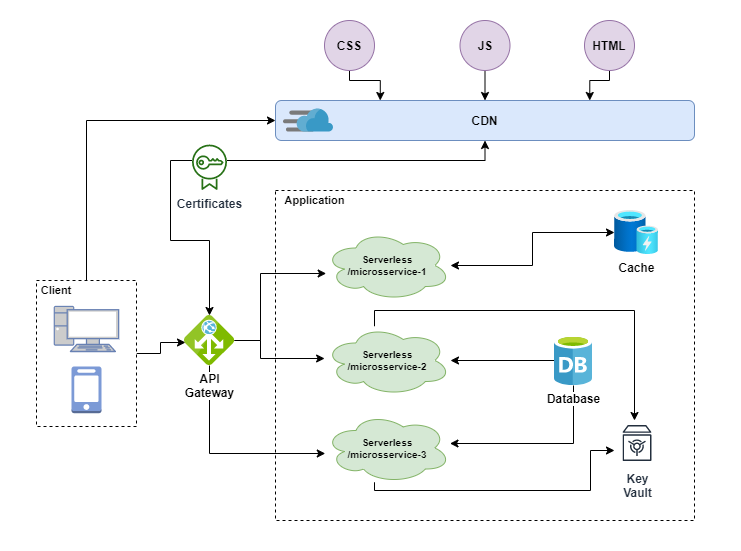
The draw.io diagram imgs/(draft)ServerlessMultiTier.png in mrabello23/desenho-solucao, before a commit. Source tidied: cells renumbered, new cells last; positions are measured from the earlier drawing's top-left corner, leaving out a move shared by most shapes. Its diagram source:
```xml
<mxGraphModel>
  <root>
    <mxCell id="0" />
    <mxCell id="1" parent="0" />
    <mxCell id="2" style="rounded=0;whiteSpace=wrap;html=1;dashed=1;fontSize=10;fillColor=#ffffff;strokeColor=none;" parent="1" vertex="1">
      <mxGeometry width="740" height="550" as="geometry" />
    </mxCell>
    <mxCell id="3" style="edgeStyle=orthogonalEdgeStyle;rounded=0;jettySize=auto;html=1;entryX=0.02;entryY=0.54;entryDx=0;entryDy=0;entryPerimeter=0;fontSize=10;startArrow=none;startFill=0;" parent="1" edge="1" source="35" target="19">
      <mxGeometry relative="1" as="geometry" />
    </mxCell>
    <mxCell id="4" style="edgeStyle=orthogonalEdgeStyle;rounded=0;jettySize=auto;html=1;fontSize=10;startArrow=none;startFill=0;" parent="1" edge="1" source="33" target="19">
      <mxGeometry relative="1" as="geometry">
        <Array as="points">
          <mxPoint x="170" y="160" />
          <mxPoint x="170" y="240" />
          <mxPoint x="209" y="240" />
        </Array>
      </mxGeometry>
    </mxCell>
    <mxCell id="5" style="rounded=0;whiteSpace=wrap;html=1;dashed=1;" parent="1" vertex="1">
      <mxGeometry x="275" y="190" width="419" height="330" as="geometry" />
    </mxCell>
    <mxCell id="6" value="Application" style="text;html=1;strokeColor=none;fillColor=none;align=center;verticalAlign=middle;whiteSpace=wrap;rounded=0;dashed=1;fontStyle=1;fontSize=11;" parent="1" vertex="1">
      <mxGeometry x="275" y="190" width="79" height="20" as="geometry" />
    </mxCell>
    <mxCell id="7" style="edgeStyle=orthogonalEdgeStyle;rounded=0;jumpStyle=arc;jettySize=auto;html=1;entryX=0.25;entryY=0;entryDx=0;entryDy=0;fontSize=11;" parent="1" edge="1" source="8" target="14">
      <mxGeometry relative="1" as="geometry">
        <Array as="points">
          <mxPoint x="349" y="80" />
          <mxPoint x="380" y="80" />
        </Array>
      </mxGeometry>
    </mxCell>
    <mxCell id="8" value="CSS" style="ellipse;whiteSpace=wrap;html=1;fontSize=12;fillColor=#e1d5e7;strokeColor=#9673a6;fontStyle=1;" parent="1" vertex="1">
      <mxGeometry x="324" y="20" width="50" height="50" as="geometry" />
    </mxCell>
    <mxCell id="9" style="edgeStyle=orthogonalEdgeStyle;rounded=0;jumpStyle=arc;jettySize=auto;html=1;fontSize=11;" parent="1" edge="1" source="10" target="14">
      <mxGeometry relative="1" as="geometry">
        <Array as="points">
          <mxPoint x="485" y="60" />
          <mxPoint x="485" y="60" />
        </Array>
      </mxGeometry>
    </mxCell>
    <mxCell id="10" value="JS" style="ellipse;whiteSpace=wrap;html=1;fontSize=12;fillColor=#e1d5e7;strokeColor=#9673a6;fontStyle=1;" parent="1" vertex="1">
      <mxGeometry x="459.5" y="20" width="50" height="50" as="geometry" />
    </mxCell>
    <mxCell id="11" style="edgeStyle=orthogonalEdgeStyle;rounded=0;jumpStyle=arc;jettySize=auto;html=1;entryX=0.75;entryY=0;entryDx=0;entryDy=0;fontSize=11;" parent="1" edge="1" source="12" target="14">
      <mxGeometry relative="1" as="geometry">
        <Array as="points">
          <mxPoint x="609" y="80" />
          <mxPoint x="589" y="80" />
        </Array>
      </mxGeometry>
    </mxCell>
    <mxCell id="12" value="HTML" style="ellipse;whiteSpace=wrap;html=1;fontSize=12;fillColor=#e1d5e7;strokeColor=#9673a6;fontStyle=1;" parent="1" vertex="1">
      <mxGeometry x="584" y="20" width="50" height="50" as="geometry" />
    </mxCell>
    <mxCell id="13" style="group;" parent="1" vertex="1">
      <mxGeometry x="275" y="100" width="419" height="40" as="geometry" />
    </mxCell>
    <mxCell id="14" value="CDN" style="rounded=1;whiteSpace=wrap;html=1;fontSize=12;fillColor=#dae8fc;strokeColor=#6c8ebf;fontStyle=1;" parent="13" vertex="1">
      <mxGeometry width="419" height="40" as="geometry" />
    </mxCell>
    <mxCell id="15" style="html=1;align=center;image;fontSize=12;image=img/lib/mscae/Content_Delivery_Network.svg;fillColor=none;" parent="13" vertex="1">
      <mxGeometry x="8" y="8.5" width="50" height="23" as="geometry" />
    </mxCell>
    <mxCell id="16" style="edgeStyle=orthogonalEdgeStyle;rounded=0;jettySize=auto;html=1;" parent="1" edge="1" source="19" target="21">
      <mxGeometry relative="1" as="geometry">
        <Array as="points">
          <mxPoint x="260" y="340" />
          <mxPoint x="260" y="273" />
        </Array>
      </mxGeometry>
    </mxCell>
    <mxCell id="17" style="edgeStyle=orthogonalEdgeStyle;rounded=0;jettySize=auto;html=1;" parent="1" edge="1" source="19" target="24">
      <mxGeometry relative="1" as="geometry">
        <Array as="points">
          <mxPoint x="260" y="340" />
          <mxPoint x="260" y="358" />
        </Array>
      </mxGeometry>
    </mxCell>
    <mxCell id="18" style="edgeStyle=orthogonalEdgeStyle;rounded=0;jettySize=auto;html=1;" parent="1" edge="1" source="19" target="27">
      <mxGeometry relative="1" as="geometry">
        <Array as="points">
          <mxPoint x="209" y="453" />
        </Array>
      </mxGeometry>
    </mxCell>
    <mxCell id="19" value="API&lt;br&gt;Gateway" style="html=1;points=[];align=center;image;fontSize=12;image=img/lib/mscae/Application_Gateway.svg;fontStyle=1;" parent="1" vertex="1">
      <mxGeometry x="184" y="315" width="50" height="50" as="geometry" />
    </mxCell>
    <mxCell id="20" style="edgeStyle=orthogonalEdgeStyle;rounded=0;jettySize=auto;html=1;startArrow=classic;startFill=1;" parent="1" edge="1" source="21" target="29">
      <mxGeometry relative="1" as="geometry" />
    </mxCell>
    <mxCell id="21" value="Serverless&lt;br style=&quot;font-size: 10px&quot;&gt;/microsservice-1" style="ellipse;shape=cloud;whiteSpace=wrap;html=1;fillColor=#d5e8d4;fontSize=10;fontStyle=1;strokeColor=#82b366;" parent="1" vertex="1">
      <mxGeometry x="324" y="230" width="126" height="70" as="geometry" />
    </mxCell>
    <mxCell id="22" style="edgeStyle=orthogonalEdgeStyle;rounded=0;jettySize=auto;html=1;" parent="1" edge="1" source="28" target="24">
      <mxGeometry relative="1" as="geometry" />
    </mxCell>
    <mxCell id="23" style="edgeStyle=orthogonalEdgeStyle;rounded=0;jettySize=auto;html=1;" parent="1" edge="1" source="24" target="30">
      <mxGeometry relative="1" as="geometry">
        <Array as="points">
          <mxPoint x="374" y="310" />
          <mxPoint x="634" y="310" />
        </Array>
      </mxGeometry>
    </mxCell>
    <mxCell id="24" value="Serverless&lt;br style=&quot;font-size: 10px&quot;&gt;/microsservice-2" style="ellipse;shape=cloud;whiteSpace=wrap;html=1;fillColor=#d5e8d4;strokeColor=#82b366;fontStyle=1;fontSize=10;" parent="1" vertex="1">
      <mxGeometry x="324" y="325" width="126" height="70" as="geometry" />
    </mxCell>
    <mxCell id="25" style="edgeStyle=orthogonalEdgeStyle;rounded=0;jettySize=auto;html=1;" parent="1" edge="1" source="28" target="27">
      <mxGeometry relative="1" as="geometry">
        <Array as="points">
          <mxPoint x="573" y="443" />
        </Array>
      </mxGeometry>
    </mxCell>
    <mxCell id="26" style="edgeStyle=orthogonalEdgeStyle;rounded=0;jettySize=auto;html=1;" parent="1" edge="1" source="27" target="30">
      <mxGeometry relative="1" as="geometry">
        <Array as="points">
          <mxPoint x="374" y="490" />
          <mxPoint x="590" y="490" />
          <mxPoint x="590" y="450" />
        </Array>
      </mxGeometry>
    </mxCell>
    <mxCell id="27" value="Serverless&lt;br style=&quot;font-size: 10px&quot;&gt;/microsservice-3" style="ellipse;shape=cloud;whiteSpace=wrap;html=1;fillColor=#d5e8d4;strokeColor=#82b366;fontSize=10;fontStyle=1;" parent="1" vertex="1">
      <mxGeometry x="324" y="412.5" width="126" height="70" as="geometry" />
    </mxCell>
    <mxCell id="28" value="Database" style="html=1;points=[];align=center;image;fontSize=12;image=img/lib/mscae/Database_General.svg;fillColor=none;fontStyle=1;" parent="1" vertex="1">
      <mxGeometry x="554" y="335" width="38" height="50" as="geometry" />
    </mxCell>
    <mxCell id="29" value="Cache" style="html=1;points=[];align=center;image;fontSize=12;image=img/lib/azure2/general/Cache.svg;fillColor=none;fontStyle=1;" parent="1" vertex="1">
      <mxGeometry x="614" y="210" width="44" height="44" as="geometry" />
    </mxCell>
    <mxCell id="30" value="Key&lt;br&gt;Vault" style="outlineConnect=0;fontColor=#232F3E;gradientColor=none;strokeColor=#232F3E;fillColor=#ffffff;dashed=0;verticalLabelPosition=bottom;verticalAlign=top;align=center;html=1;fontSize=12;fontStyle=1;shape=mxgraph.aws4.resourceIcon;resIcon=mxgraph.aws4.vault;" parent="1" vertex="1">
      <mxGeometry x="614" y="420" width="45" height="45" as="geometry" />
    </mxCell>
    <mxCell id="31" style="edgeStyle=orthogonalEdgeStyle;rounded=0;jettySize=auto;html=1;fontSize=10;startArrow=none;startFill=0;exitX=0.5;exitY=0;exitDx=0;exitDy=0;entryX=0;entryY=0.5;entryDx=0;entryDy=0;" parent="1" edge="1" source="35" target="14">
      <mxGeometry relative="1" as="geometry">
        <Array as="points">
          <mxPoint x="86" y="120" />
        </Array>
      </mxGeometry>
    </mxCell>
    <mxCell id="32" style="edgeStyle=orthogonalEdgeStyle;rounded=0;jettySize=auto;html=1;entryX=0.5;entryY=1;entryDx=0;entryDy=0;fontSize=10;startArrow=none;startFill=0;" parent="1" edge="1" source="33" target="14">
      <mxGeometry relative="1" as="geometry">
        <Array as="points">
          <mxPoint x="485" y="160" />
        </Array>
      </mxGeometry>
    </mxCell>
    <mxCell id="33" value="Certificates" style="outlineConnect=0;fontColor=#232F3E;gradientColor=none;fillColor=#277116;strokeColor=none;dashed=0;verticalLabelPosition=bottom;verticalAlign=top;align=center;html=1;fontSize=12;fontStyle=1;shape=mxgraph.aws4.certificate_manager;" parent="1" vertex="1">
      <mxGeometry x="191.5" y="143.7" width="35" height="46.3" as="geometry" />
    </mxCell>
    <mxCell id="34" style="group;fillColor=#ffffff;" parent="1" vertex="1">
      <mxGeometry x="36" y="280" width="100" height="146" as="geometry" />
    </mxCell>
    <mxCell id="35" style="rounded=0;whiteSpace=wrap;html=1;fontSize=10;strokeColor=#000000;fillColor=none;dashed=1;" parent="34" vertex="1">
      <mxGeometry width="100" height="146" as="geometry" />
    </mxCell>
    <mxCell id="36" style="dashed=0;verticalLabelPosition=bottom;verticalAlign=top;align=center;html=1;shape=mxgraph.aws3.mobile_client;gradientColor=none;strokeColor=#6881B3;fillColor=#7C9AD6;" parent="34" vertex="1">
      <mxGeometry x="35" y="86" width="30" height="46.7" as="geometry" />
    </mxCell>
    <mxCell id="37" style="fontColor=#0066CC;verticalAlign=top;verticalLabelPosition=bottom;labelPosition=center;align=center;html=1;fillColor=#CCCCCC;strokeColor=#6881B3;gradientColor=none;gradientDirection=north;strokeWidth=2;shape=mxgraph.networks.pc;" parent="34" vertex="1">
      <mxGeometry x="17.8" y="26" width="64.3" height="45" as="geometry" />
    </mxCell>
    <mxCell id="38" value="Client" style="text;html=1;strokeColor=none;fillColor=none;align=center;verticalAlign=middle;whiteSpace=wrap;rounded=0;dashed=1;fontStyle=1;fontSize=11;" parent="34" vertex="1">
      <mxGeometry width="40" height="20" as="geometry" />
    </mxCell>
  </root>
</mxGraphModel>
```
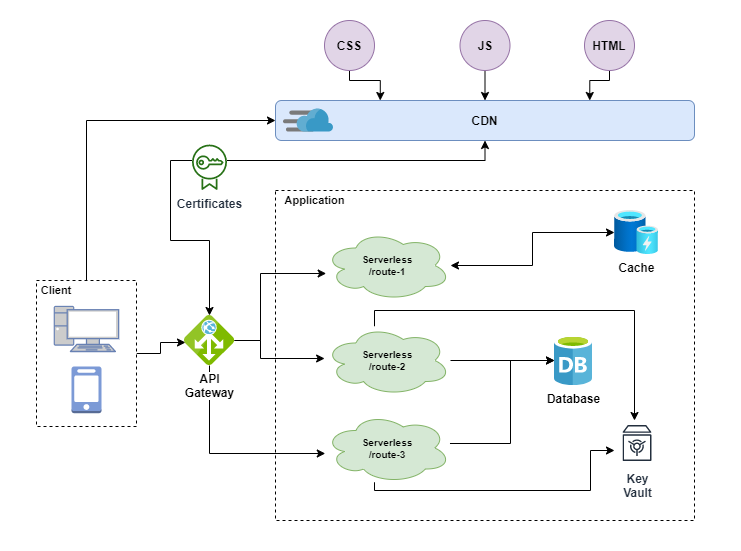
The same diagram one commit later.

Commit message:
serverless multi-tier adjust

What changed in the source:
```diff
@@ -94,10 +94,10 @@
     <mxCell id="20" style="edgeStyle=orthogonalEdgeStyle;rounded=0;jettySize=auto;html=1;startArrow=classic;startFill=1;" parent="1" edge="1" source="21" target="29">
       <mxGeometry relative="1" as="geometry" />
     </mxCell>
-    <mxCell id="21" value="Serverless&lt;br style=&quot;font-size: 10px&quot;&gt;/microsservice-1" style="ellipse;shape=cloud;whiteSpace=wrap;html=1;fillColor=#d5e8d4;fontSize=10;fontStyle=1;strokeColor=#82b366;" parent="1" vertex="1">
+    <mxCell id="21" value="Serverless&lt;br style=&quot;font-size: 10px&quot;&gt;/route-1" style="ellipse;shape=cloud;whiteSpace=wrap;html=1;fillColor=#d5e8d4;fontSize=10;fontStyle=1;strokeColor=#82b366;" parent="1" vertex="1">
       <mxGeometry x="324" y="230" width="126" height="70" as="geometry" />
     </mxCell>
-    <mxCell id="22" style="edgeStyle=orthogonalEdgeStyle;rounded=0;jettySize=auto;html=1;" parent="1" edge="1" source="28" target="24">
+    <mxCell id="22" style="edgeStyle=orthogonalEdgeStyle;rounded=0;jettySize=auto;html=1;" parent="1" edge="1" source="24" target="28">
       <mxGeometry relative="1" as="geometry" />
     </mxCell>
     <mxCell id="23" style="edgeStyle=orthogonalEdgeStyle;rounded=0;jettySize=auto;html=1;" parent="1" edge="1" source="24" target="30">
@@ -108,13 +108,14 @@
         </Array>
       </mxGeometry>
     </mxCell>
-    <mxCell id="24" value="Serverless&lt;br style=&quot;font-size: 10px&quot;&gt;/microsservice-2" style="ellipse;shape=cloud;whiteSpace=wrap;html=1;fillColor=#d5e8d4;strokeColor=#82b366;fontStyle=1;fontSize=10;" parent="1" vertex="1">
+    <mxCell id="24" value="Serverless&lt;br style=&quot;font-size: 10px&quot;&gt;/route-2" style="ellipse;shape=cloud;whiteSpace=wrap;html=1;fillColor=#d5e8d4;strokeColor=#82b366;fontStyle=1;fontSize=10;" parent="1" vertex="1">
       <mxGeometry x="324" y="325" width="126" height="70" as="geometry" />
     </mxCell>
-    <mxCell id="25" style="edgeStyle=orthogonalEdgeStyle;rounded=0;jettySize=auto;html=1;" parent="1" edge="1" source="28" target="27">
+    <mxCell id="25" style="edgeStyle=orthogonalEdgeStyle;rounded=0;jettySize=auto;html=1;" parent="1" edge="1" source="27" target="28">
       <mxGeometry relative="1" as="geometry">
         <Array as="points">
-          <mxPoint x="573" y="443" />
+          <mxPoint x="510" y="443" />
+          <mxPoint x="510" y="360" />
         </Array>
       </mxGeometry>
     </mxCell>
@@ -127,7 +128,7 @@
         </Array>
       </mxGeometry>
     </mxCell>
-    <mxCell id="27" value="Serverless&lt;br style=&quot;font-size: 10px&quot;&gt;/microsservice-3" style="ellipse;shape=cloud;whiteSpace=wrap;html=1;fillColor=#d5e8d4;strokeColor=#82b366;fontSize=10;fontStyle=1;" parent="1" vertex="1">
+    <mxCell id="27" value="Serverless&lt;br style=&quot;font-size: 10px&quot;&gt;/route-3" style="ellipse;shape=cloud;whiteSpace=wrap;html=1;fillColor=#d5e8d4;strokeColor=#82b366;fontSize=10;fontStyle=1;" parent="1" vertex="1">
       <mxGeometry x="324" y="412.5" width="126" height="70" as="geometry" />
     </mxCell>
     <mxCell id="28" value="Database" style="html=1;points=[];align=center;image;fontSize=12;image=img/lib/mscae/Database_General.svg;fillColor=none;fontStyle=1;" parent="1" vertex="1">
```
